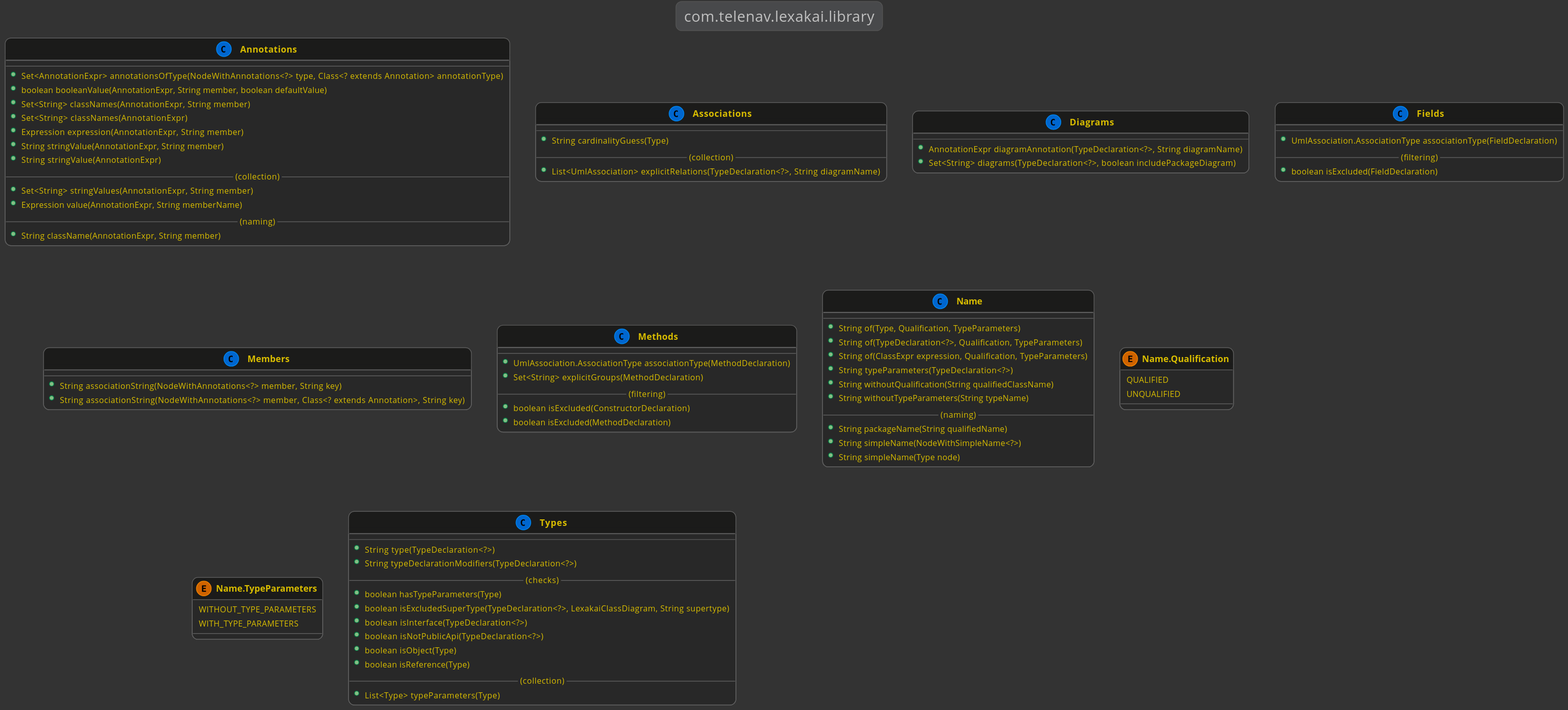
Before: documentation/diagrams/com.telenav.lexakai.library.svg, a diagram exported from PlantUML (Telenav/lexakai). The source it was exported from:
```plantuml
@startuml

    !include ../lexakai.theme

    title "com.telenav.lexakai.library"

    class Annotations
    {
        --
        +Set<AnnotationExpr> annotationsOfType(NodeWithAnnotations<?> type, Class<? extends Annotation> annotationType)
        +boolean booleanValue(AnnotationExpr, String member, boolean defaultValue)
        +Set<String> classNames(AnnotationExpr, String member)
        +Set<String> classNames(AnnotationExpr)
        +Expression expression(AnnotationExpr, String member)
        +String stringValue(AnnotationExpr, String member)
        +String stringValue(AnnotationExpr)
        --(collection)--
        +Set<String> stringValues(AnnotationExpr, String member)
        +Expression value(AnnotationExpr, String memberName)
        --(naming)--
        +String className(AnnotationExpr, String member)
    }

    class Associations
    {
        --
        +String cardinalityGuess(Type)
        --(collection)--
        +List<UmlAssociation> explicitRelations(TypeDeclaration<?>, String diagramName)
    }

    class Diagrams
    {
        --
        +AnnotationExpr diagramAnnotation(TypeDeclaration<?>, String diagramName)
        +Set<String> diagrams(TypeDeclaration<?>, boolean includePackageDiagram)
    }

    class Fields
    {
        --
        +UmlAssociation.AssociationType associationType(FieldDeclaration)
        --(filtering)--
        +boolean isExcluded(FieldDeclaration)
    }

    class Members
    {
        --
        +String associationString(NodeWithAnnotations<?> member, String key)
        +String associationString(NodeWithAnnotations<?> member, Class<? extends Annotation>, String key)
    }

    class Methods
    {
        --
        +UmlAssociation.AssociationType associationType(MethodDeclaration)
        +Set<String> explicitGroups(MethodDeclaration)
        --(filtering)--
        +boolean isExcluded(ConstructorDeclaration)
        +boolean isExcluded(MethodDeclaration)
    }

    class Name
    {
        --
        +String of(Type, Qualification, TypeParameters)
        +String of(TypeDeclaration<?>, Qualification, TypeParameters)
        +String of(ClassExpr expression, Qualification, TypeParameters)
        +String typeParameters(TypeDeclaration<?>)
        +String withoutQualification(String qualifiedClassName)
        +String withoutTypeParameters(String typeName)
        --(naming)--
        +String packageName(String qualifiedName)
        +String simpleName(NodeWithSimpleName<?>)
        +String simpleName(Type node)
    }

    enum Name.Qualification
    {
        QUALIFIED
        UNQUALIFIED
    }

    enum Name.TypeParameters
    {
        WITHOUT_TYPE_PARAMETERS
        WITH_TYPE_PARAMETERS
    }

    class Types
    {
        --
        +String type(TypeDeclaration<?>)
        +String typeDeclarationModifiers(TypeDeclaration<?>)
        --(checks)--
        +boolean hasTypeParameters(Type)
        +boolean isExcludedSuperType(TypeDeclaration<?>, LexakaiClassDiagram, String supertype)
        +boolean isInterface(TypeDeclaration<?>)
        +boolean isNotPublicApi(TypeDeclaration<?>)
        +boolean isObject(Type)
        +boolean isReference(Type)
        --(collection)--
        +List<Type> typeParameters(Type)
    }

@enduml
```
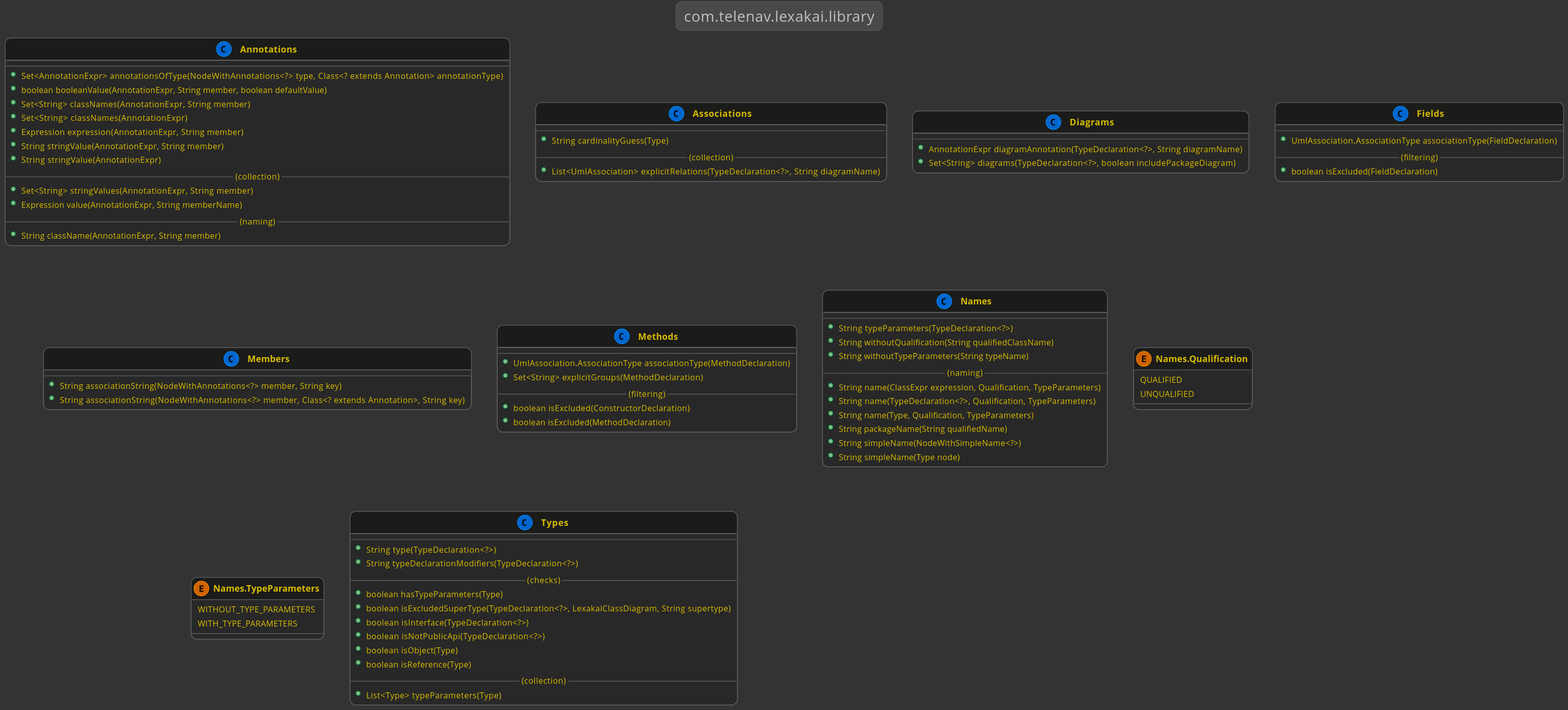
Later version of the same file.

What changed in the source:
```diff
@@ -61,28 +61,28 @@
         +boolean isExcluded(MethodDeclaration)
     }
 
-    class Name
+    class Names
     {
         --
-        +String of(Type, Qualification, TypeParameters)
-        +String of(TypeDeclaration<?>, Qualification, TypeParameters)
-        +String of(ClassExpr expression, Qualification, TypeParameters)
         +String typeParameters(TypeDeclaration<?>)
         +String withoutQualification(String qualifiedClassName)
         +String withoutTypeParameters(String typeName)
         --(naming)--
+        +String name(ClassExpr expression, Qualification, TypeParameters)
+        +String name(TypeDeclaration<?>, Qualification, TypeParameters)
+        +String name(Type, Qualification, TypeParameters)
         +String packageName(String qualifiedName)
         +String simpleName(NodeWithSimpleName<?>)
         +String simpleName(Type node)
     }
 
-    enum Name.Qualification
+    enum Names.Qualification
     {
         QUALIFIED
         UNQUALIFIED
     }
 
-    enum Name.TypeParameters
+    enum Names.TypeParameters
     {
         WITHOUT_TYPE_PARAMETERS
         WITH_TYPE_PARAMETERS
```
